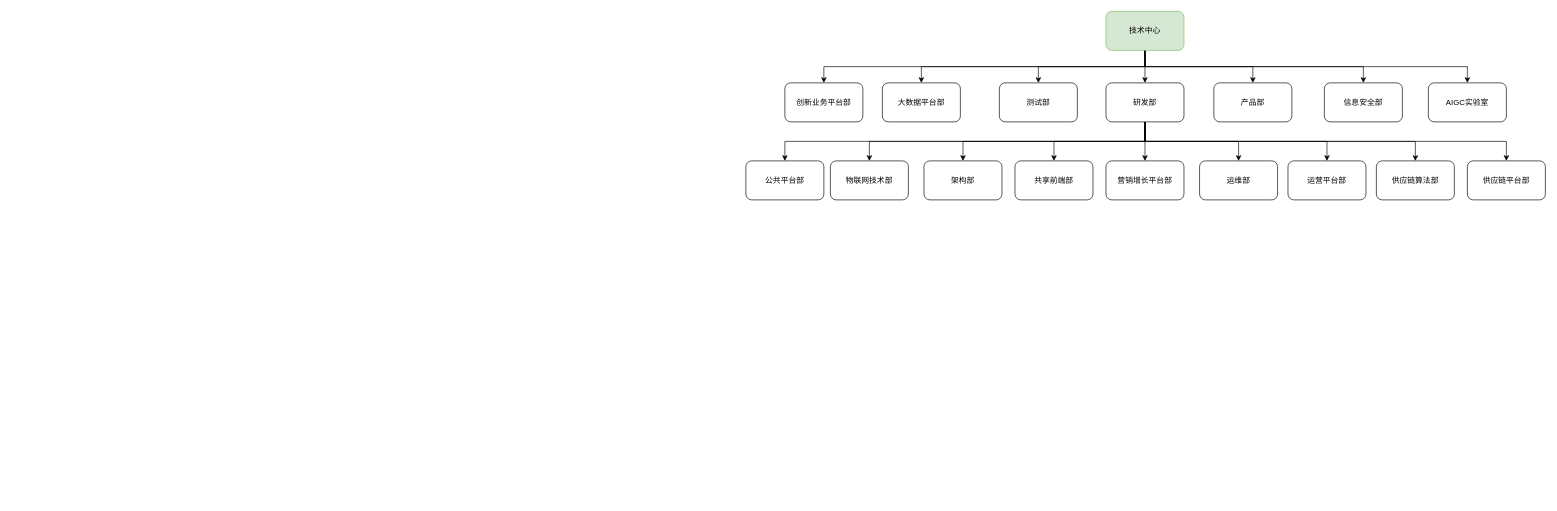
The draw.io diagram page "组织架构" (3 of 3) of 触点系统/券池接入触点弹窗.drawio in y13513867074/draw, before the edit. Source tidied: cells renumbered, new cells numbered last; positions are measured from the earlier drawing's top-left corner, leaving out a move shared by most shapes. Both pictures are drawn from the tidied source at 65%, with x=0, y=0 at pixel (746, 11).
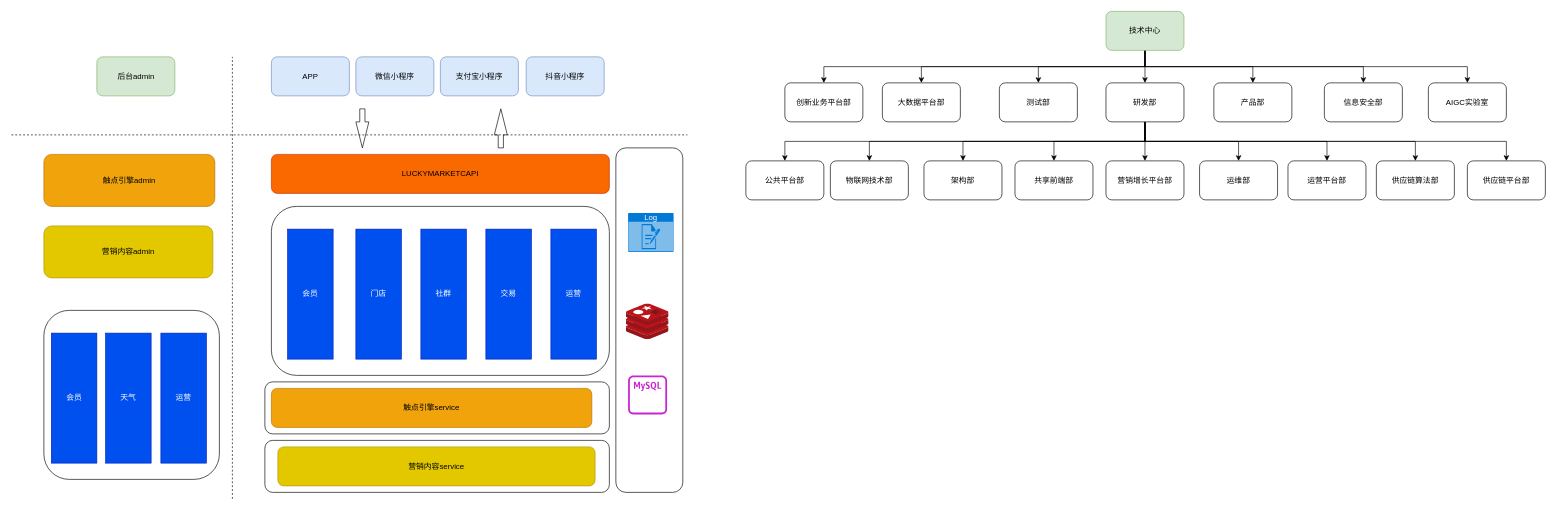
Above is the later version.

Commit message:
更新券池接入触点弹窗.drawio

What changed in the source:
```diff
@@
+    <mxCell id="35" style="rounded=1;whiteSpace=wrap;html=1;" parent="1" vertex="1">
+      <mxGeometry x="-740" y="570" width="530" height="80" as="geometry" />
+    </mxCell>
+    <mxCell id="36" style="rounded=1;whiteSpace=wrap;html=1;" parent="1" vertex="1">
+      <mxGeometry x="-740" y="660" width="530" height="80" as="geometry" />
+    </mxCell>
+    <mxCell id="37" style="rounded=1;whiteSpace=wrap;html=1;" parent="1" vertex="1">
+      <mxGeometry x="-200" y="210" width="103" height="530" as="geometry" />
+    </mxCell>
@@
+    <mxCell id="38" value="微信小程序" style="rounded=1;whiteSpace=wrap;html=1;fillColor=#dae8fc;strokeColor=#6c8ebf;" parent="1" vertex="1">
+      <mxGeometry x="-600" y="70" width="120" height="60" as="geometry" />
+    </mxCell>
+    <mxCell id="39" value="APP" style="rounded=1;whiteSpace=wrap;html=1;fillColor=#dae8fc;strokeColor=#6c8ebf;" parent="1" vertex="1">
+      <mxGeometry x="-730" y="70" width="120" height="60" as="geometry" />
+    </mxCell>
+    <mxCell id="40" value="抖音小程序" style="rounded=1;whiteSpace=wrap;html=1;fillColor=#dae8fc;strokeColor=#6c8ebf;" parent="1" vertex="1">
+      <mxGeometry x="-338" y="70" width="120" height="60" as="geometry" />
+    </mxCell>
+    <mxCell id="41" value="支付宝小程序" style="rounded=1;whiteSpace=wrap;html=1;fillColor=#dae8fc;strokeColor=#6c8ebf;" parent="1" vertex="1">
+      <mxGeometry x="-470" y="70" width="120" height="60" as="geometry" />
+    </mxCell>
+    <mxCell id="42" value="LUCKYMARKETCAPI" style="rounded=1;whiteSpace=wrap;html=1;fillColor=#fa6800;fontColor=#000000;strokeColor=#C73500;" parent="1" vertex="1">
+      <mxGeometry x="-730" y="220" width="520" height="60" as="geometry" />
+    </mxCell>
+    <mxCell id="43" style="rounded=1;whiteSpace=wrap;html=1;" parent="1" vertex="1">
+      <mxGeometry x="-730" y="300" width="520" height="260" as="geometry" />
+    </mxCell>
+    <mxCell id="44" value="会员" style="rounded=0;whiteSpace=wrap;html=1;fillColor=#0050ef;fontColor=#ffffff;strokeColor=#001DBC;" parent="1" vertex="1">
+      <mxGeometry x="-705" y="335" width="70" height="200" as="geometry" />
+    </mxCell>
+    <mxCell id="45" value="运营" style="rounded=0;whiteSpace=wrap;html=1;fillColor=#0050ef;fontColor=#ffffff;strokeColor=#001DBC;" parent="1" vertex="1">
+      <mxGeometry x="-300" y="335" width="70" height="200" as="geometry" />
+    </mxCell>
+    <mxCell id="46" value="交易" style="rounded=0;whiteSpace=wrap;html=1;fillColor=#0050ef;fontColor=#ffffff;strokeColor=#001DBC;" parent="1" vertex="1">
+      <mxGeometry x="-400" y="335" width="70" height="200" as="geometry" />
+    </mxCell>
+    <mxCell id="47" value="门店" style="rounded=0;whiteSpace=wrap;html=1;fillColor=#0050ef;fontColor=#ffffff;strokeColor=#001DBC;" parent="1" vertex="1">
+      <mxGeometry x="-600" y="335" width="70" height="200" as="geometry" />
+    </mxCell>
+    <mxCell id="48" value="社群" style="rounded=0;whiteSpace=wrap;html=1;fillColor=#0050ef;fontColor=#ffffff;strokeColor=#001DBC;" parent="1" vertex="1">
+      <mxGeometry x="-500" y="335" width="70" height="200" as="geometry" />
+    </mxCell>
+    <mxCell id="49" value="触点引擎admin" style="rounded=1;whiteSpace=wrap;html=1;fillColor=#f0a30a;fontColor=#000000;strokeColor=#BD7000;" parent="1" vertex="1">
+      <mxGeometry x="-1080" y="220" width="263" height="80" as="geometry" />
+    </mxCell>
+    <mxCell id="50" value="营销内容admin" style="rounded=1;whiteSpace=wrap;html=1;fillColor=#e3c800;fontColor=#000000;strokeColor=#B09500;" parent="1" vertex="1">
+      <mxGeometry x="-1080" y="330" width="260" height="80" as="geometry" />
+    </mxCell>
+    <mxCell id="51" style="image;sketch=0;html=1;align=center;fontSize=12;image=img/lib/mscae/Cache_Redis_Product.svg;" parent="1" vertex="1">
+      <mxGeometry x="-184" y="450" width="65.5" height="55" as="geometry" />
+    </mxCell>
+    <mxCell id="52" style="sketch=0;fontColor=#232F3E;gradientColor=none;fillColor=#C925D1;strokeColor=none;dashed=0;verticalLabelPosition=bottom;verticalAlign=top;align=center;html=1;fontSize=12;fontStyle=0;shape=mxgraph.aws4.rds_mysql_instance_alt;" parent="1" vertex="1">
+      <mxGeometry x="-181.2" y="560" width="60" height="60" as="geometry" />
+    </mxCell>
+    <mxCell id="53" style="html=1;shadow=0;dashed=0;align=center;verticalAlign=middle;shape=mxgraph.arrows2.arrow;dy=0.6;dx=40;direction=north;notch=0;" parent="1" vertex="1">
+      <mxGeometry x="-387" y="150" width="20" height="60" as="geometry" />
+    </mxCell>
+    <mxCell id="54" style="html=1;shadow=0;dashed=0;align=center;verticalAlign=middle;shape=mxgraph.arrows2.arrow;dy=0.6;dx=40;direction=south;notch=0;" parent="1" vertex="1">
+      <mxGeometry x="-600" y="150" width="20" height="60" as="geometry" />
+    </mxCell>
+    <mxCell id="55" value="触点引擎service" style="rounded=1;whiteSpace=wrap;html=1;fillColor=#f0a30a;fontColor=#000000;strokeColor=#BD7000;" parent="1" vertex="1">
+      <mxGeometry x="-730" y="580" width="493" height="60" as="geometry" />
+    </mxCell>
+    <mxCell id="56" value="营销内容service" style="rounded=1;whiteSpace=wrap;html=1;fillColor=#e3c800;fontColor=#000000;strokeColor=#B09500;" parent="1" vertex="1">
+      <mxGeometry x="-720" y="670" width="488" height="60" as="geometry" />
+    </mxCell>
+    <mxCell id="57" value="后台admin" style="rounded=1;whiteSpace=wrap;html=1;fillColor=#d5e8d4;strokeColor=#82b366;" parent="1" vertex="1">
+      <mxGeometry x="-998.5" y="70" width="120" height="60" as="geometry" />
+    </mxCell>
+    <mxCell id="58" style="endArrow=none;dashed=1;html=1;rounded=0;" parent="1" edge="1">
+      <mxGeometry relative="1" as="geometry">
+        <mxPoint x="-790" y="750" as="sourcePoint" />
+        <mxPoint x="-790" y="70" as="targetPoint" />
+      </mxGeometry>
+    </mxCell>
+    <mxCell id="59" style="endArrow=none;dashed=1;html=1;rounded=0;" parent="1" edge="1">
+      <mxGeometry relative="1" as="geometry">
+        <mxPoint x="-1130" y="190" as="sourcePoint" />
+        <mxPoint x="-90" y="190" as="targetPoint" />
+      </mxGeometry>
+    </mxCell>
+    <mxCell id="60" style="rounded=1;whiteSpace=wrap;html=1;" parent="1" vertex="1">
+      <mxGeometry x="-1080" y="460" width="270" height="260" as="geometry" />
+    </mxCell>
+    <mxCell id="61" value="会员" style="rounded=0;whiteSpace=wrap;html=1;fillColor=#0050ef;fontColor=#ffffff;strokeColor=#001DBC;" parent="1" vertex="1">
+      <mxGeometry x="-1068.5" y="495" width="70" height="200" as="geometry" />
+    </mxCell>
+    <mxCell id="62" value="运营" style="rounded=0;whiteSpace=wrap;html=1;fillColor=#0050ef;fontColor=#ffffff;strokeColor=#001DBC;" parent="1" vertex="1">
+      <mxGeometry x="-900" y="495" width="70" height="200" as="geometry" />
+    </mxCell>
+    <mxCell id="63" value="天气" style="rounded=0;whiteSpace=wrap;html=1;fillColor=#0050ef;fontColor=#ffffff;strokeColor=#001DBC;" parent="1" vertex="1">
+      <mxGeometry x="-985" y="495" width="70" height="200" as="geometry" />
+    </mxCell>
+    <mxCell id="64" value="Log" style="html=1;whiteSpace=wrap;strokeColor=none;fillColor=#0079D6;labelPosition=center;verticalLabelPosition=middle;verticalAlign=top;align=center;fontSize=12;spacingTop=-6;fontColor=#FFFFFF;sketch=0;shape=mxgraph.sitemap.log;" parent="1" vertex="1">
+      <mxGeometry x="-181.2" y="310" width="70" height="60" as="geometry" />
+    </mxCell>
```
